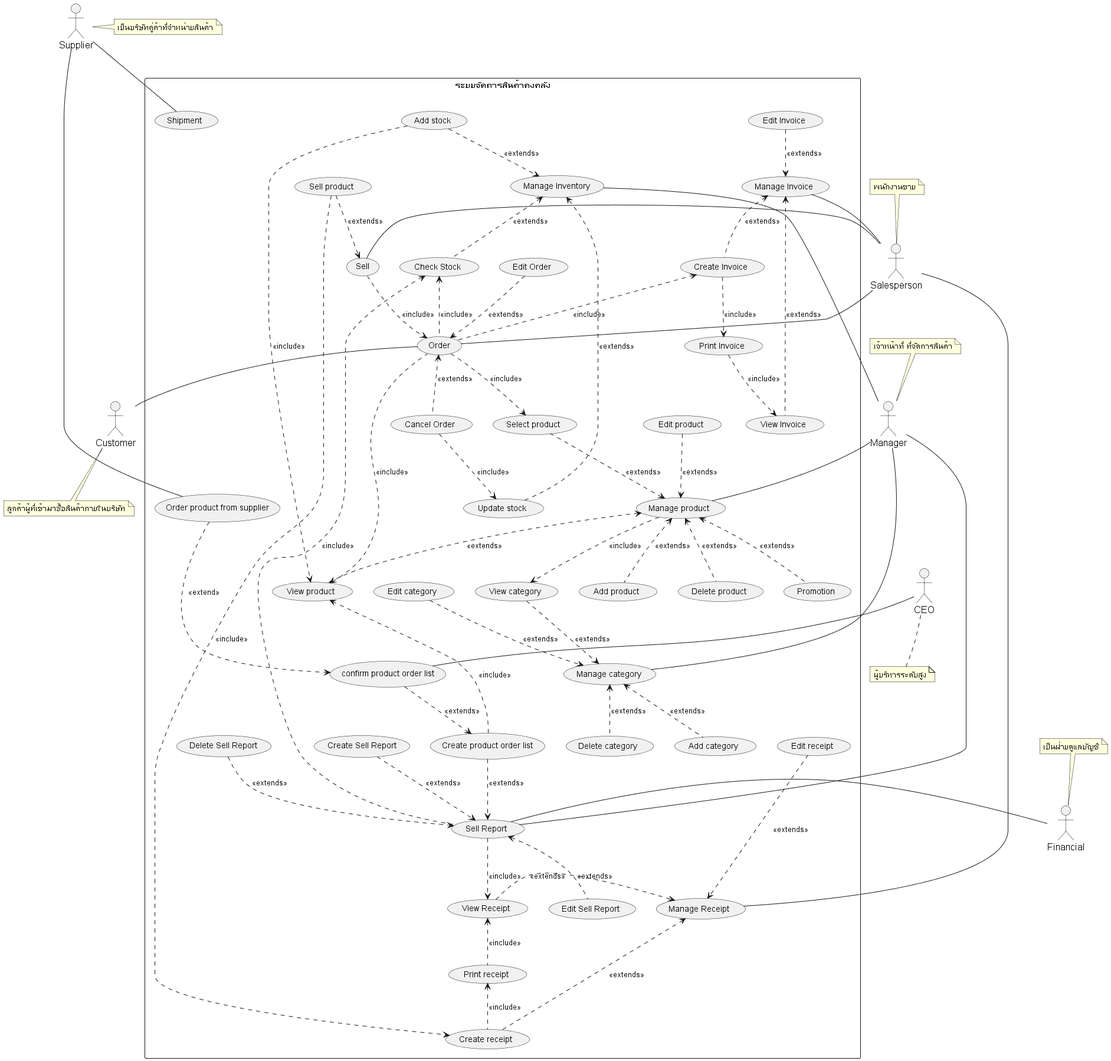
The PlantUML diagram out/system-analysis/usecase/_0_usecase-diagram/_0_usecase-diagram.png in billowdev/inventory-system-plantuml-sequelize-seeder-example, before a commit.
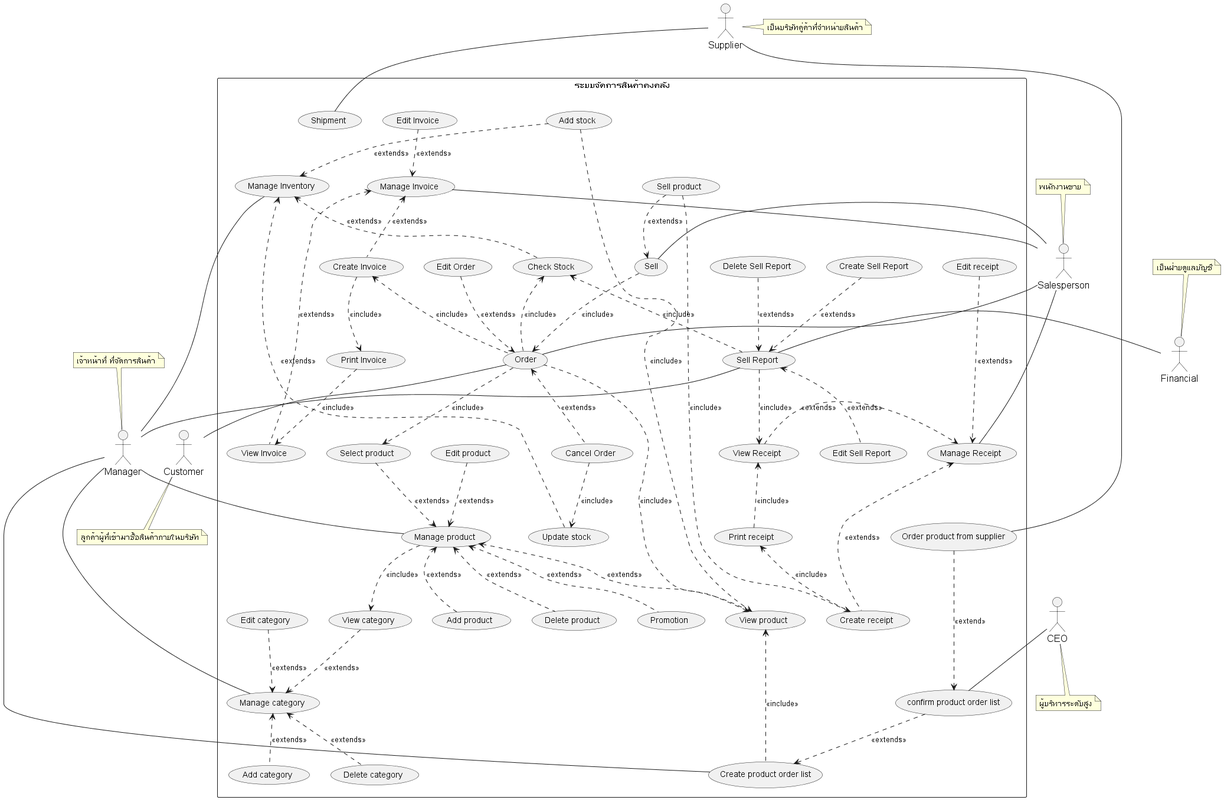
The same diagram one commit later.

Diff of the diagram source:
```diff
@@ -161,7 +161,6 @@
 
     (usecaseSellReport) ..> (usecaseViewReceipt)    : <<include>>
     (usecaseCheckStock)  <.. (usecaseSellReport)  : <<include>>
-    (usecaseCreateProductOrderList) ..>  (usecaseSellReport)   : <<extends>>
 
     (usecaseCreateSellReport) ..>  (usecaseSellReport)   : <<extends>>
     (usecaseSellReport)   <.. (usecaseEditSellReport)   : <<extends>>
@@ -173,7 +172,7 @@
 
     actorSupplier -- (usecaseOrderProductFromSupplier)
     actorCEO -- (usecaseConfirmOrderList)
-
+     (usecaseCreateProductOrderList) -- actorManager
 
 
 
```
